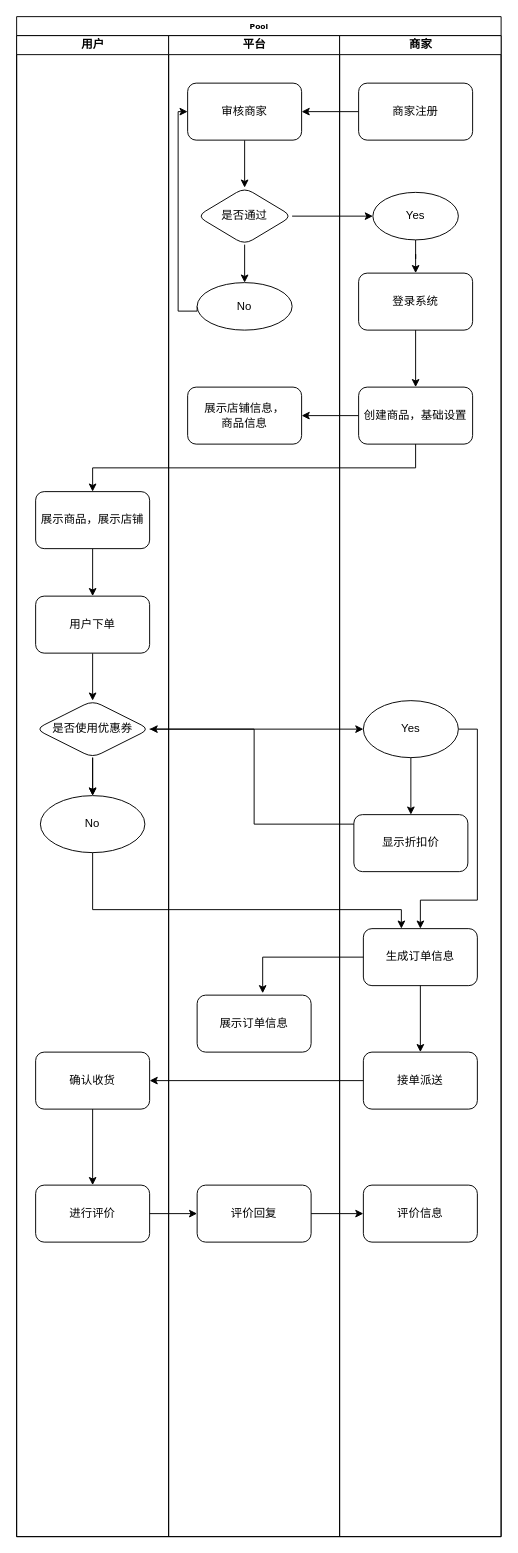
This is 未命名绘图1.drawio from Bernard203/Bernard203.github.io, a draw.io file, before an edit. Source tidied: cells renumbered, new cells numbered last; positions are measured from the earlier drawing's top-left corner, leaving out a move shared by most shapes. Both pictures are drawn from the tidied source at 95%, with x=0, y=0 at pixel (16, 16).
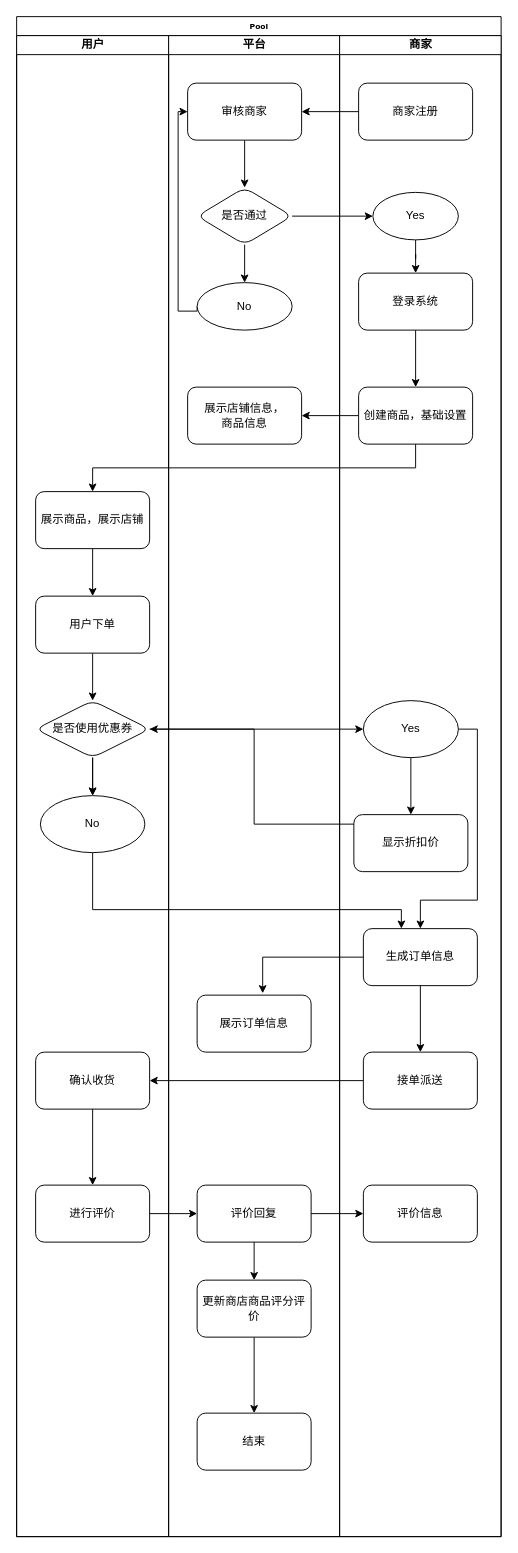
Above is the later version.

Commit message (it also covers changes not shown here):
更新未命名绘图1.drawio

The change refers to these unchanged cells:
```xml
<mxCell id="15" value="平台" style="swimlane;html=1;startSize=20;" parent="2" vertex="1">
  <mxGeometry x="160" y="20" width="180" height="1580" as="geometry" />
</mxCell>
<mxCell id="24" value="评价回复" style="whiteSpace=wrap;html=1;rounded=1;" parent="15" vertex="1">
  <mxGeometry x="30" y="1210" width="120" height="60" as="geometry" />
</mxCell>
```

Change to the diagram source:
```diff
@@
+    <mxCell id="51" style="edgeStyle=orthogonalEdgeStyle;rounded=0;jettySize=auto;html=1;" parent="15" edge="1" source="24" target="53">
+      <mxGeometry relative="1" as="geometry" />
+    </mxCell>
@@
+    <mxCell id="52" style="edgeStyle=orthogonalEdgeStyle;rounded=0;jettySize=auto;html=1;" parent="15" edge="1" source="53" target="54">
+      <mxGeometry relative="1" as="geometry" />
+    </mxCell>
+    <mxCell id="53" value="更新商店商品评分评价" style="whiteSpace=wrap;html=1;rounded=1;" parent="15" vertex="1">
+      <mxGeometry x="30" y="1310" width="120" height="60" as="geometry" />
+    </mxCell>
+    <mxCell id="54" value="结束" style="whiteSpace=wrap;html=1;rounded=1;" parent="15" vertex="1">
+      <mxGeometry x="30" y="1450" width="120" height="60" as="geometry" />
+    </mxCell>
```
